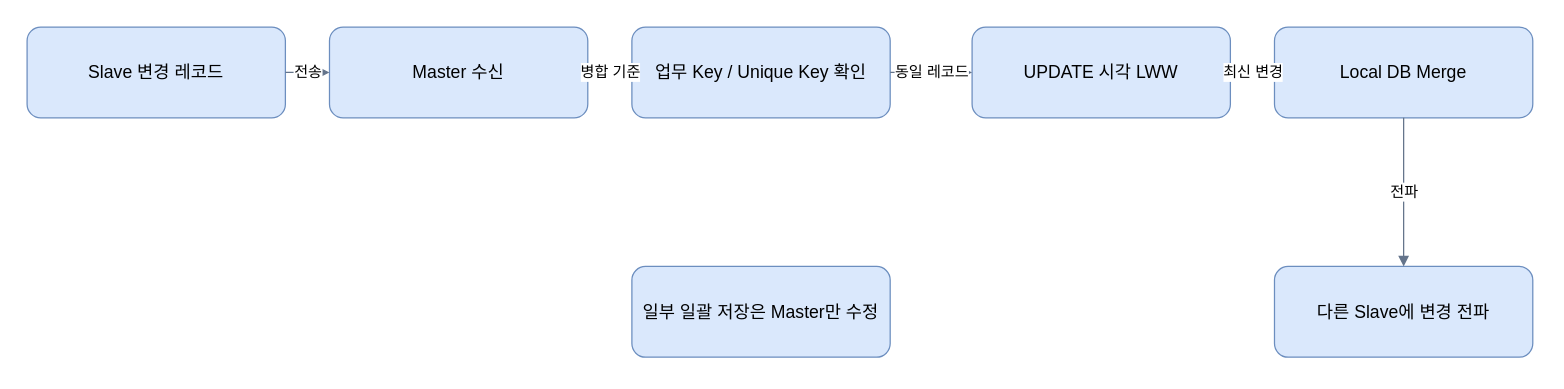
Earlier version of the draw.io diagram diagrams/bluetooth-merge.drawio (kimjihyeon99/engineering-portfolio). Source tidied: cells renumbered, new cells numbered last; positions are measured from the earlier drawing's top-left corner, leaving out a move shared by most shapes. Both pictures are drawn from the tidied source at 126%, with x=0, y=0 at pixel (26, 26).
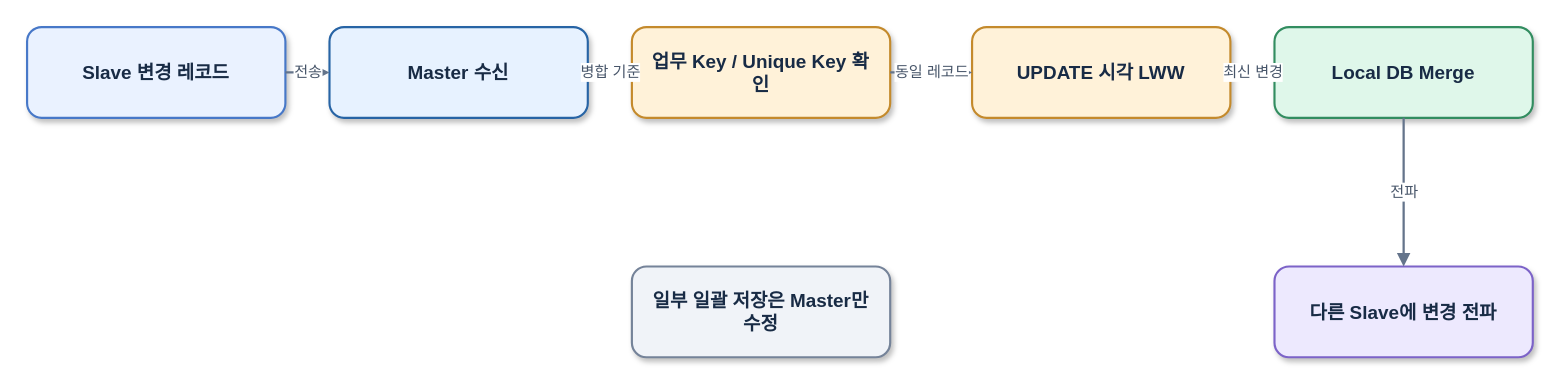
The same page after the edit.

Commit message:
Improve draw.io visual hierarchy, accessible colors and readability

The edit, as a diff of the source:
```diff
@@
 <mxGraphModel>
   <root>
     <mxCell id="0" />
     <mxCell id="1" parent="0" />
-    <mxCell id="2" value="Slave 변경 레코드" style="rounded=1;whiteSpace=wrap;html=1;fillColor=#dae8fc;strokeColor=#6c8ebf;fontSize=14;spacing=8;" parent="1" vertex="1">
+    <mxCell id="2" value="Slave 변경 레코드" style="rounded=1;arcSize=16;whiteSpace=wrap;html=1;fillColor=#EAF2FF;strokeColor=#4778C8;strokeWidth=1.7;fontColor=#182B45;fontFamily=Helvetica;fontSize=15;fontStyle=1;align=center;verticalAlign=middle;spacing=12;shadow=1;" parent="1" vertex="1">
       <mxGeometry width="205" height="72" as="geometry" />
     </mxCell>
-    <mxCell id="3" value="Master 수신" style="rounded=1;whiteSpace=wrap;html=1;fillColor=#dae8fc;strokeColor=#6c8ebf;fontSize=14;spacing=8;" parent="1" vertex="1">
+    <mxCell id="3" value="Master 수신" style="rounded=1;arcSize=16;whiteSpace=wrap;html=1;fillColor=#E7F2FF;strokeColor=#2764A5;strokeWidth=1.7;fontColor=#182B45;fontFamily=Helvetica;fontSize=15;fontStyle=1;align=center;verticalAlign=middle;spacing=12;shadow=1;" parent="1" vertex="1">
       <mxGeometry x="240" width="205" height="72" as="geometry" />
     </mxCell>
-    <mxCell id="4" value="업무 Key / Unique Key 확인" style="rounded=1;whiteSpace=wrap;html=1;fillColor=#dae8fc;strokeColor=#6c8ebf;fontSize=14;spacing=8;" parent="1" vertex="1">
+    <mxCell id="4" value="업무 Key / Unique Key 확인" style="rounded=1;arcSize=16;whiteSpace=wrap;html=1;fillColor=#FFF2D9;strokeColor=#C48A2C;strokeWidth=1.7;fontColor=#182B45;fontFamily=Helvetica;fontSize=15;fontStyle=1;align=center;verticalAlign=middle;spacing=12;shadow=1;" parent="1" vertex="1">
       <mxGeometry x="480" width="205" height="72" as="geometry" />
     </mxCell>
-    <mxCell id="5" value="UPDATE 시각 LWW" style="rounded=1;whiteSpace=wrap;html=1;fillColor=#dae8fc;strokeColor=#6c8ebf;fontSize=14;spacing=8;" parent="1" vertex="1">
+    <mxCell id="5" value="UPDATE 시각 LWW" style="rounded=1;arcSize=16;whiteSpace=wrap;html=1;fillColor=#FFF2D9;strokeColor=#C48A2C;strokeWidth=1.7;fontColor=#182B45;fontFamily=Helvetica;fontSize=15;fontStyle=1;align=center;verticalAlign=middle;spacing=12;shadow=1;" parent="1" vertex="1">
       <mxGeometry x="750" width="205" height="72" as="geometry" />
     </mxCell>
-    <mxCell id="6" value="Local DB Merge" style="rounded=1;whiteSpace=wrap;html=1;fillColor=#dae8fc;strokeColor=#6c8ebf;fontSize=14;spacing=8;" parent="1" vertex="1">
+    <mxCell id="6" value="Local DB Merge" style="rounded=1;arcSize=16;whiteSpace=wrap;html=1;fillColor=#DFF7EA;strokeColor=#328D60;strokeWidth=1.7;fontColor=#182B45;fontFamily=Helvetica;fontSize=15;fontStyle=1;align=center;verticalAlign=middle;spacing=12;shadow=1;" parent="1" vertex="1">
       <mxGeometry x="990" width="205" height="72" as="geometry" />
     </mxCell>
-    <mxCell id="7" value="다른 Slave에 변경 전파" style="rounded=1;whiteSpace=wrap;html=1;fillColor=#dae8fc;strokeColor=#6c8ebf;fontSize=14;spacing=8;" parent="1" vertex="1">
+    <mxCell id="7" value="다른 Slave에 변경 전파" style="rounded=1;arcSize=16;whiteSpace=wrap;html=1;fillColor=#EDE9FE;strokeColor=#7C63C8;strokeWidth=1.7;fontColor=#182B45;fontFamily=Helvetica;fontSize=15;fontStyle=1;align=center;verticalAlign=middle;spacing=12;shadow=1;" parent="1" vertex="1">
       <mxGeometry x="990" y="190" width="205" height="72" as="geometry" />
     </mxCell>
-    <mxCell id="8" value="일부 일괄 저장은 Master만 수정" style="rounded=1;whiteSpace=wrap;html=1;fillColor=#dae8fc;strokeColor=#6c8ebf;fontSize=14;spacing=8;" parent="1" vertex="1">
+    <mxCell id="8" value="일부 일괄 저장은 Master만 수정" style="rounded=1;arcSize=16;whiteSpace=wrap;html=1;fillColor=#F0F3F8;strokeColor=#758399;strokeWidth=1.7;fontColor=#182B45;fontFamily=Helvetica;fontSize=15;fontStyle=1;align=center;verticalAlign=middle;spacing=12;shadow=1;" parent="1" vertex="1">
       <mxGeometry x="480" y="190" width="205" height="72" as="geometry" />
     </mxCell>
-    <mxCell id="9" value="전송" style="edgeStyle=orthogonalEdgeStyle;rounded=1;html=1;endArrow=block;endFill=1;strokeColor=#64748b;fontSize=12;" parent="1" edge="1" source="2" target="3">
+    <mxCell id="9" value="전송" style="edgeStyle=orthogonalEdgeStyle;rounded=1;html=1;endArrow=block;endFill=1;strokeColor=#64748B;strokeWidth=1.8;fontSize=12;fontColor=#475569;labelBackgroundColor=#FFFFFF;" parent="1" edge="1" source="2" target="3">
       <mxGeometry relative="1" as="geometry" />
     </mxCell>
-    <mxCell id="10" value="병합 기준" style="edgeStyle=orthogonalEdgeStyle;rounded=1;html=1;endArrow=block;endFill=1;strokeColor=#64748b;fontSize=12;" parent="1" edge="1" source="3" target="4">
+    <mxCell id="10" value="병합 기준" style="edgeStyle=orthogonalEdgeStyle;rounded=1;html=1;endArrow=block;endFill=1;strokeColor=#64748B;strokeWidth=1.8;fontSize=12;fontColor=#475569;labelBackgroundColor=#FFFFFF;" parent="1" edge="1" source="3" target="4">
       <mxGeometry relative="1" as="geometry" />
     </mxCell>
-    <mxCell id="11" value="동일 레코드" style="edgeStyle=orthogonalEdgeStyle;rounded=1;html=1;endArrow=block;endFill=1;strokeColor=#64748b;fontSize=12;" parent="1" edge="1" source="4" target="5">
+    <mxCell id="11" value="동일 레코드" style="edgeStyle=orthogonalEdgeStyle;rounded=1;html=1;endArrow=block;endFill=1;strokeColor=#64748B;strokeWidth=1.8;fontSize=12;fontColor=#475569;labelBackgroundColor=#FFFFFF;" parent="1" edge="1" source="4" target="5">
       <mxGeometry relative="1" as="geometry" />
     </mxCell>
-    <mxCell id="12" value="최신 변경" style="edgeStyle=orthogonalEdgeStyle;rounded=1;html=1;endArrow=block;endFill=1;strokeColor=#64748b;fontSize=12;" parent="1" edge="1" source="5" target="6">
+    <mxCell id="12" value="최신 변경" style="edgeStyle=orthogonalEdgeStyle;rounded=1;html=1;endArrow=block;endFill=1;strokeColor=#64748B;strokeWidth=1.8;fontSize=12;fontColor=#475569;labelBackgroundColor=#FFFFFF;" parent="1" edge="1" source="5" target="6">
       <mxGeometry relative="1" as="geometry" />
     </mxCell>
-    <mxCell id="13" value="전파" style="edgeStyle=orthogonalEdgeStyle;rounded=1;html=1;endArrow=block;endFill=1;strokeColor=#64748b;fontSize=12;" parent="1" edge="1" source="6" target="7">
+    <mxCell id="13" value="전파" style="edgeStyle=orthogonalEdgeStyle;rounded=1;html=1;endArrow=block;endFill=1;strokeColor=#64748B;strokeWidth=1.8;fontSize=12;fontColor=#475569;labelBackgroundColor=#FFFFFF;" parent="1" edge="1" source="6" target="7">
       <mxGeometry relative="1" as="geometry" />
     </mxCell>
   </root>
 </mxGraphModel>
```
